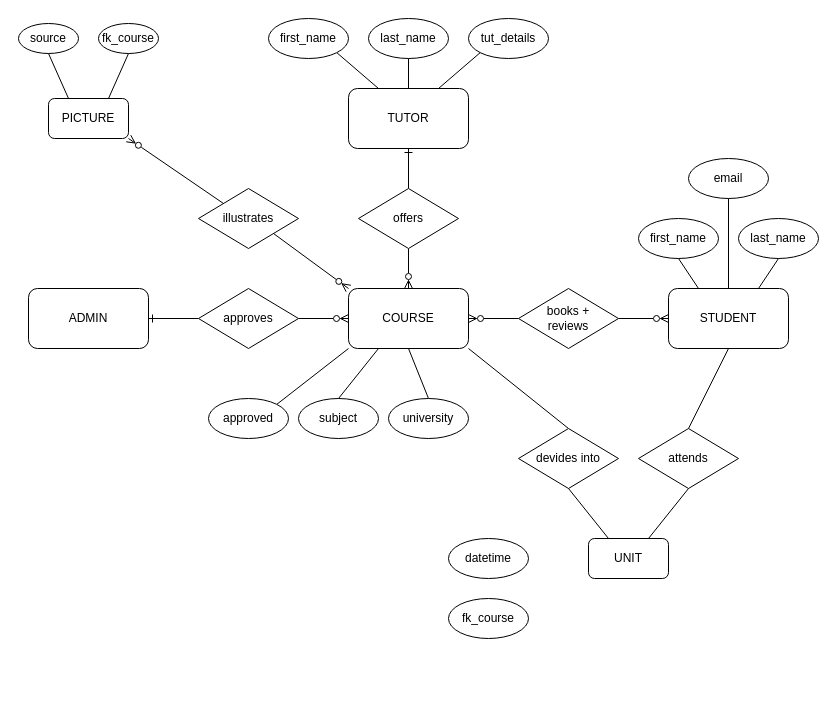
This is page "Page-2" (2 of 3) of DB/TS-DBdesign.drawio from iamwahida/Project5-G4, a draw.io file, before an edit. Source tidied: cells renumbered, new cells numbered last; positions are measured from the earlier drawing's top-left corner, leaving out a move shared by most shapes. Both pictures are drawn from the tidied source at 100%, with x=0, y=0 at pixel (18, 18).
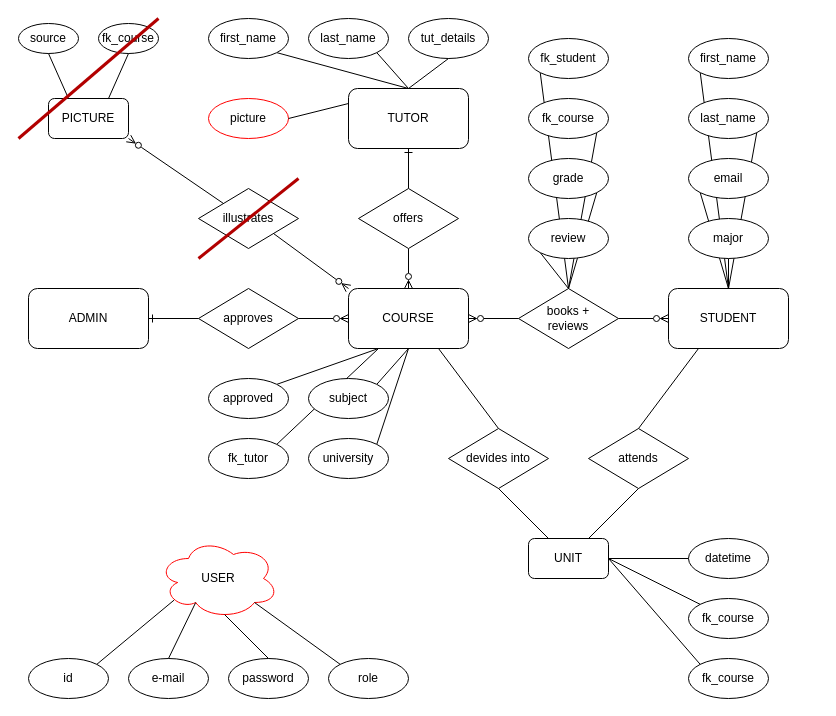
The same diagram, later.

The change refers to these unchanged cells:
```xml
<mxCell id="8" value="COURSE" style="rounded=1;whiteSpace=wrap;html=1;" parent="1" vertex="1">
  <mxGeometry x="330" y="270" width="120" height="60" as="geometry" />
</mxCell>
<mxCell id="12" value="books + &lt;br&gt;reviews" style="rhombus;whiteSpace=wrap;html=1;" parent="1" vertex="1">
  <mxGeometry x="500" y="270" width="100" height="60" as="geometry" />
</mxCell>
<mxCell id="13" value="STUDENT" style="rounded=1;whiteSpace=wrap;html=1;" parent="1" vertex="1">
  <mxGeometry x="650" y="270" width="120" height="60" as="geometry" />
</mxCell>
```

Diff of the diagram source:
```diff
@@
-    <mxCell id="2" style="edgeStyle=none;html=1;entryX=1;entryY=1;entryDx=0;entryDy=0;endArrow=none;endFill=0;exitX=0.25;exitY=0;exitDx=0;exitDy=0;" parent="1" edge="1" source="4" target="5">
+    <mxCell id="2" style="edgeStyle=none;html=1;entryX=1;entryY=1;entryDx=0;entryDy=0;endArrow=none;endFill=0;exitX=0.5;exitY=0;exitDx=0;exitDy=0;" parent="1" edge="1" source="4" target="5">
       <mxGeometry relative="1" as="geometry" />
     </mxCell>
@@
-    <mxCell id="4" value="TUTOR" style="rounded=1;whiteSpace=wrap;html=1;" parent="1" vertex="1">
-      <mxGeometry x="330" y="70" width="120" height="60" as="geometry" />
-    </mxCell>
     <mxCell id="5" value="first_name" style="ellipse;whiteSpace=wrap;html=1;" parent="1" vertex="1">
-      <mxGeometry x="250" width="80" height="40" as="geometry" />
+      <mxGeometry x="190" width="80" height="40" as="geometry" />
     </mxCell>
@@
     <mxCell id="14" value="last_name" style="ellipse;whiteSpace=wrap;html=1;" parent="1" vertex="1">
-      <mxGeometry x="350" width="80" height="40" as="geometry" />
+      <mxGeometry x="290" width="80" height="40" as="geometry" />
     </mxCell>
     <mxCell id="15" value="tut_details" style="ellipse;whiteSpace=wrap;html=1;" parent="1" vertex="1">
-      <mxGeometry x="450" width="80" height="40" as="geometry" />
+      <mxGeometry x="390" width="80" height="40" as="geometry" />
     </mxCell>
-    <mxCell id="16" style="edgeStyle=none;html=1;entryX=0.5;entryY=1;entryDx=0;entryDy=0;endArrow=none;endFill=0;exitX=0.5;exitY=0;exitDx=0;exitDy=0;" parent="1" edge="1" source="4" target="14">
+    <mxCell id="16" style="edgeStyle=none;html=1;entryX=1;entryY=1;entryDx=0;entryDy=0;endArrow=none;endFill=0;exitX=0.5;exitY=0;exitDx=0;exitDy=0;" parent="1" edge="1" source="4" target="14">
       <mxGeometry relative="1" as="geometry" />
     </mxCell>
-    <mxCell id="17" style="edgeStyle=none;html=1;entryX=0;entryY=1;entryDx=0;entryDy=0;endArrow=none;endFill=0;exitX=0.75;exitY=0;exitDx=0;exitDy=0;" parent="1" edge="1" source="4" target="15">
-      <mxGeometry relative="1" as="geometry" />
+    <mxCell id="17" style="edgeStyle=none;html=1;entryX=0.5;entryY=1;entryDx=0;entryDy=0;endArrow=none;endFill=0;" parent="1" edge="1" target="15">
+      <mxGeometry relative="1" as="geometry">
+        <mxPoint x="390" y="70" as="sourcePoint" />
+      </mxGeometry>
     </mxCell>
@@
-    <mxCell id="21" value="first_name" style="ellipse;whiteSpace=wrap;html=1;" parent="1" vertex="1">
-      <mxGeometry x="620" y="200" width="80" height="40" as="geometry" />
-    </mxCell>
-    <mxCell id="22" value="last_name" style="ellipse;whiteSpace=wrap;html=1;" parent="1" vertex="1">
-      <mxGeometry x="720" y="200" width="80" height="40" as="geometry" />
-    </mxCell>
-    <mxCell id="23" style="edgeStyle=none;html=1;exitX=0.5;exitY=1;exitDx=0;exitDy=0;entryX=0.25;entryY=0;entryDx=0;entryDy=0;endArrow=none;endFill=0;" parent="1" edge="1" source="21" target="13">
-      <mxGeometry relative="1" as="geometry" />
+    <mxCell id="23" style="edgeStyle=none;html=1;exitX=0;exitY=1;exitDx=0;exitDy=0;endArrow=none;endFill=0;" parent="1" edge="1" source="21">
+      <mxGeometry relative="1" as="geometry">
+        <mxPoint x="710" y="270" as="targetPoint" />
+      </mxGeometry>
     </mxCell>
-    <mxCell id="24" style="edgeStyle=none;html=1;exitX=0.5;exitY=1;exitDx=0;exitDy=0;entryX=0.75;entryY=0;entryDx=0;entryDy=0;endArrow=none;endFill=0;" parent="1" edge="1" source="22" target="13">
-      <mxGeometry relative="1" as="geometry" />
-    </mxCell>
-    <mxCell id="25" value="email" style="ellipse;whiteSpace=wrap;html=1;" parent="1" vertex="1">
-      <mxGeometry x="670" y="140" width="80" height="40" as="geometry" />
-    </mxCell>
-    <mxCell id="26" style="edgeStyle=none;html=1;exitX=0.5;exitY=1;exitDx=0;exitDy=0;entryX=0.5;entryY=0;entryDx=0;entryDy=0;endArrow=none;endFill=0;" parent="1" edge="1" source="25" target="13">
+    <mxCell id="26" style="edgeStyle=none;html=1;exitX=0;exitY=1;exitDx=0;exitDy=0;entryX=0.5;entryY=0;entryDx=0;entryDy=0;endArrow=none;endFill=0;" parent="1" edge="1" source="25" target="13">
       <mxGeometry relative="1" as="geometry" />
     </mxCell>
-    <mxCell id="27" style="edgeStyle=none;html=1;endArrow=none;endFill=0;exitX=0.5;exitY=1;exitDx=0;exitDy=0;entryX=0.5;entryY=0;entryDx=0;entryDy=0;" parent="1" edge="1" source="8" target="28">
+    <mxCell id="27" style="edgeStyle=none;html=1;endArrow=none;endFill=0;exitX=0.5;exitY=1;exitDx=0;exitDy=0;entryX=1;entryY=0;entryDx=0;entryDy=0;" parent="1" edge="1" source="8" target="28">
       <mxGeometry relative="1" as="geometry" />
     </mxCell>
-    <mxCell id="28" value="university" style="ellipse;whiteSpace=wrap;html=1;" parent="1" vertex="1">
-      <mxGeometry x="370" y="380" width="80" height="40" as="geometry" />
-    </mxCell>
-    <mxCell id="29" value="subject" style="ellipse;whiteSpace=wrap;html=1;" parent="1" vertex="1">
-      <mxGeometry x="280" y="380" width="80" height="40" as="geometry" />
-    </mxCell>
-    <mxCell id="30" style="edgeStyle=none;html=1;endArrow=none;endFill=0;exitX=1;exitY=0;exitDx=0;exitDy=0;entryX=0;entryY=1;entryDx=0;entryDy=0;startArrow=none;" parent="1" edge="1" source="36" target="8">
-      <mxGeometry relative="1" as="geometry" />
-    </mxCell>
@@
     <mxCell id="33" value="UNIT" style="rounded=1;whiteSpace=wrap;html=1;" parent="1" vertex="1">
-      <mxGeometry x="570" y="520" width="80" height="40" as="geometry" />
+      <mxGeometry x="510" y="520" width="80" height="40" as="geometry" />
     </mxCell>
-    <mxCell id="34" style="edgeStyle=none;html=1;entryX=1;entryY=1;entryDx=0;entryDy=0;endArrow=none;endFill=0;exitX=0.5;exitY=0;exitDx=0;exitDy=0;" parent="1" edge="1" source="38" target="8">
+    <mxCell id="34" style="edgeStyle=none;html=1;entryX=0.75;entryY=1;entryDx=0;entryDy=0;endArrow=none;endFill=0;exitX=0.5;exitY=0;exitDx=0;exitDy=0;" parent="1" edge="1" source="38" target="8">
       <mxGeometry relative="1" as="geometry" />
     </mxCell>
-    <mxCell id="35" style="edgeStyle=none;html=1;endArrow=none;endFill=0;exitX=0.5;exitY=0;exitDx=0;exitDy=0;entryX=0.25;entryY=1;entryDx=0;entryDy=0;" parent="1" edge="1" source="29" target="8">
-      <mxGeometry relative="1" as="geometry" />
+    <mxCell id="35" style="edgeStyle=none;html=1;endArrow=none;endFill=0;exitX=1;exitY=0;exitDx=0;exitDy=0;startArrow=none;" parent="1" edge="1" source="36">
+      <mxGeometry relative="1" as="geometry">
+        <mxPoint x="360" y="330" as="targetPoint" />
+      </mxGeometry>
     </mxCell>
-    <mxCell id="36" value="approved" style="ellipse;whiteSpace=wrap;html=1;" parent="1" vertex="1">
-      <mxGeometry x="190" y="380" width="80" height="40" as="geometry" />
-    </mxCell>
@@
     <mxCell id="38" value="devides into" style="rhombus;whiteSpace=wrap;html=1;" parent="1" vertex="1">
-      <mxGeometry x="500" y="410" width="100" height="60" as="geometry" />
+      <mxGeometry x="430" y="410" width="100" height="60" as="geometry" />
     </mxCell>
@@
     <mxCell id="40" value="attends" style="rhombus;whiteSpace=wrap;html=1;" parent="1" vertex="1">
-      <mxGeometry x="620" y="410" width="100" height="60" as="geometry" />
+      <mxGeometry x="570" y="410" width="100" height="60" as="geometry" />
     </mxCell>
-    <mxCell id="41" style="edgeStyle=none;html=1;entryX=0.5;entryY=1;entryDx=0;entryDy=0;endArrow=none;endFill=0;exitX=0.5;exitY=0;exitDx=0;exitDy=0;" parent="1" edge="1" source="40" target="13">
+    <mxCell id="41" style="edgeStyle=none;html=1;entryX=0.25;entryY=1;entryDx=0;entryDy=0;endArrow=none;endFill=0;exitX=0.5;exitY=0;exitDx=0;exitDy=0;" parent="1" edge="1" source="40" target="13">
       <mxGeometry relative="1" as="geometry" />
     </mxCell>
@@
     <mxCell id="48" value="datetime" style="ellipse;whiteSpace=wrap;html=1;" parent="1" vertex="1">
-      <mxGeometry x="430" y="520" width="80" height="40" as="geometry" />
+      <mxGeometry x="670" y="520" width="80" height="40" as="geometry" />
     </mxCell>
     <mxCell id="49" value="fk_course" style="ellipse;whiteSpace=wrap;html=1;" parent="1" vertex="1">
-      <mxGeometry x="430" y="580" width="80" height="40" as="geometry" />
+      <mxGeometry x="670" y="580" width="80" height="40" as="geometry" />
     </mxCell>
+    <mxCell id="50" style="endArrow=none;html=1;fillColor=#e51400;strokeColor=#B20000;strokeWidth=3;" parent="1" edge="1">
+      <mxGeometry relative="1" as="geometry">
+        <mxPoint x="280" y="160" as="sourcePoint" />
+        <mxPoint x="180" y="240" as="targetPoint" />
+      </mxGeometry>
+    </mxCell>
+    <mxCell id="51" style="endArrow=none;html=1;fillColor=#e51400;strokeColor=#B20000;strokeWidth=3;" parent="1" edge="1">
+      <mxGeometry relative="1" as="geometry">
+        <mxPoint x="140" as="sourcePoint" />
+        <mxPoint y="120" as="targetPoint" />
+      </mxGeometry>
+    </mxCell>
+    <mxCell id="52" value="picture" style="ellipse;whiteSpace=wrap;html=1;fillColor=default;strokeColor=#FF0000;" parent="1" vertex="1">
+      <mxGeometry x="190" y="80" width="80" height="40" as="geometry" />
+    </mxCell>
+    <mxCell id="53" style="edgeStyle=none;html=1;entryX=1;entryY=0.5;entryDx=0;entryDy=0;endArrow=none;endFill=0;exitX=0.5;exitY=0;exitDx=0;exitDy=0;" parent="1" edge="1" source="4" target="52">
+      <mxGeometry relative="1" as="geometry" />
+    </mxCell>
+    <mxCell id="21" value="first_name" style="ellipse;whiteSpace=wrap;html=1;" parent="1" vertex="1">
+      <mxGeometry x="670" y="20" width="80" height="40" as="geometry" />
+    </mxCell>
+    <mxCell id="54" style="edgeStyle=none;html=1;exitX=0.5;exitY=1;exitDx=0;exitDy=0;entryX=0.5;entryY=0;entryDx=0;entryDy=0;endArrow=none;endFill=0;" parent="1" edge="1" source="66" target="13">
+      <mxGeometry relative="1" as="geometry" />
+    </mxCell>
+    <mxCell id="22" value="last_name" style="ellipse;whiteSpace=wrap;html=1;" parent="1" vertex="1">
+      <mxGeometry x="670" y="80" width="80" height="40" as="geometry" />
+    </mxCell>
+    <mxCell id="55" style="edgeStyle=none;html=1;endArrow=none;endFill=0;exitX=1;exitY=1;exitDx=0;exitDy=0;startArrow=none;entryX=0.5;entryY=0;entryDx=0;entryDy=0;" parent="1" edge="1" source="62" target="12">
+      <mxGeometry relative="1" as="geometry" />
+    </mxCell>
+    <mxCell id="56" style="edgeStyle=none;html=1;endArrow=none;endFill=0;entryX=0.5;entryY=0;entryDx=0;entryDy=0;exitX=0;exitY=1;exitDx=0;exitDy=0;" parent="1" edge="1" source="63" target="12">
+      <mxGeometry relative="1" as="geometry" />
+    </mxCell>
+    <mxCell id="57" value="fk_tutor" style="ellipse;whiteSpace=wrap;html=1;" parent="1" vertex="1">
+      <mxGeometry x="190" y="420" width="80" height="40" as="geometry" />
+    </mxCell>
+    <mxCell id="58" style="edgeStyle=none;html=1;endArrow=none;endFill=0;exitX=1;exitY=0;exitDx=0;exitDy=0;" parent="1" edge="1" source="57">
+      <mxGeometry relative="1" as="geometry">
+        <mxPoint x="360" y="330" as="targetPoint" />
+      </mxGeometry>
+    </mxCell>
+    <mxCell id="28" value="university" style="ellipse;whiteSpace=wrap;html=1;" parent="1" vertex="1">
+      <mxGeometry x="290" y="420" width="80" height="40" as="geometry" />
+    </mxCell>
+    <mxCell id="59" style="edgeStyle=none;html=1;endArrow=none;endFill=0;exitX=1;exitY=0;exitDx=0;exitDy=0;entryX=0.5;entryY=1;entryDx=0;entryDy=0;" parent="1" edge="1" source="29" target="8">
+      <mxGeometry relative="1" as="geometry" />
+    </mxCell>
+    <mxCell id="36" value="approved" style="ellipse;whiteSpace=wrap;html=1;" parent="1" vertex="1">
+      <mxGeometry x="190" y="360" width="80" height="40" as="geometry" />
+    </mxCell>
+    <mxCell id="60" style="edgeStyle=none;html=1;endArrow=none;endFill=0;entryX=0.5;entryY=0;entryDx=0;entryDy=0;exitX=0;exitY=1;exitDx=0;exitDy=0;" parent="1" edge="1" source="65" target="12">
+      <mxGeometry relative="1" as="geometry" />
+    </mxCell>
+    <mxCell id="61" style="edgeStyle=none;html=1;endArrow=none;endFill=0;exitX=1;exitY=1;exitDx=0;exitDy=0;" parent="1" edge="1" source="64">
+      <mxGeometry relative="1" as="geometry">
+        <mxPoint x="550" y="270" as="targetPoint" />
+      </mxGeometry>
+    </mxCell>
+    <mxCell id="62" value="grade" style="ellipse;whiteSpace=wrap;html=1;" parent="1" vertex="1">
+      <mxGeometry x="510" y="140" width="80" height="40" as="geometry" />
+    </mxCell>
+    <mxCell id="63" value="review" style="ellipse;whiteSpace=wrap;html=1;" parent="1" vertex="1">
+      <mxGeometry x="510" y="200" width="80" height="40" as="geometry" />
+    </mxCell>
+    <mxCell id="64" value="fk_course" style="ellipse;whiteSpace=wrap;html=1;" parent="1" vertex="1">
+      <mxGeometry x="510" y="80" width="80" height="40" as="geometry" />
+    </mxCell>
+    <mxCell id="65" value="fk_student" style="ellipse;whiteSpace=wrap;html=1;" parent="1" vertex="1">
+      <mxGeometry x="510" y="20" width="80" height="40" as="geometry" />
+    </mxCell>
+    <mxCell id="24" style="edgeStyle=none;html=1;exitX=1;exitY=1;exitDx=0;exitDy=0;entryX=0.5;entryY=0;entryDx=0;entryDy=0;endArrow=none;endFill=0;" parent="1" edge="1" source="22" target="13">
+      <mxGeometry relative="1" as="geometry" />
+    </mxCell>
+    <mxCell id="66" value="major" style="ellipse;whiteSpace=wrap;html=1;" parent="1" vertex="1">
+      <mxGeometry x="670" y="200" width="80" height="40" as="geometry" />
+    </mxCell>
+    <mxCell id="25" value="email" style="ellipse;whiteSpace=wrap;html=1;" parent="1" vertex="1">
+      <mxGeometry x="670" y="140" width="80" height="40" as="geometry" />
+    </mxCell>
+    <mxCell id="29" value="subject" style="ellipse;whiteSpace=wrap;html=1;" parent="1" vertex="1">
+      <mxGeometry x="290" y="360" width="80" height="40" as="geometry" />
+    </mxCell>
+    <mxCell id="4" value="TUTOR" style="rounded=1;whiteSpace=wrap;html=1;" parent="1" vertex="1">
+      <mxGeometry x="330" y="70" width="120" height="60" as="geometry" />
+    </mxCell>
+    <mxCell id="67" value="fk_course" style="ellipse;whiteSpace=wrap;html=1;" parent="1" vertex="1">
+      <mxGeometry x="670" y="640" width="80" height="40" as="geometry" />
+    </mxCell>
+    <mxCell id="68" style="edgeStyle=none;html=1;entryX=0;entryY=0.5;entryDx=0;entryDy=0;endArrow=none;endFill=0;exitX=1;exitY=0.5;exitDx=0;exitDy=0;" parent="1" edge="1" source="33" target="48">
+      <mxGeometry relative="1" as="geometry" />
+    </mxCell>
+    <mxCell id="69" style="edgeStyle=none;html=1;entryX=0;entryY=0;entryDx=0;entryDy=0;endArrow=none;endFill=0;exitX=1;exitY=0.5;exitDx=0;exitDy=0;" parent="1" edge="1" source="33" target="49">
+      <mxGeometry relative="1" as="geometry" />
+    </mxCell>
+    <mxCell id="70" style="edgeStyle=none;html=1;entryX=0;entryY=0;entryDx=0;entryDy=0;endArrow=none;endFill=0;exitX=1;exitY=0.5;exitDx=0;exitDy=0;" parent="1" edge="1" source="33" target="67">
+      <mxGeometry relative="1" as="geometry" />
+    </mxCell>
+    <mxCell id="71" value="USER" style="ellipse;shape=cloud;whiteSpace=wrap;html=1;strokeColor=#FF0000;fillColor=default;" parent="1" vertex="1">
+      <mxGeometry x="140" y="520" width="120" height="80" as="geometry" />
+    </mxCell>
+    <mxCell id="72" value="id" style="ellipse;whiteSpace=wrap;html=1;" parent="1" vertex="1">
+      <mxGeometry x="10" y="640" width="80" height="40" as="geometry" />
+    </mxCell>
+    <mxCell id="73" value="e-mail" style="ellipse;whiteSpace=wrap;html=1;" parent="1" vertex="1">
+      <mxGeometry x="110" y="640" width="80" height="40" as="geometry" />
+    </mxCell>
+    <mxCell id="74" value="password" style="ellipse;whiteSpace=wrap;html=1;" parent="1" vertex="1">
+      <mxGeometry x="210" y="640" width="80" height="40" as="geometry" />
+    </mxCell>
+    <mxCell id="75" value="role" style="ellipse;whiteSpace=wrap;html=1;" parent="1" vertex="1">
+      <mxGeometry x="310" y="640" width="80" height="40" as="geometry" />
+    </mxCell>
+    <mxCell id="76" style="edgeStyle=none;html=1;entryX=0.13;entryY=0.77;entryDx=0;entryDy=0;endArrow=none;endFill=0;exitX=1;exitY=0;exitDx=0;exitDy=0;entryPerimeter=0;" parent="1" edge="1" source="72" target="71">
+      <mxGeometry relative="1" as="geometry" />
+    </mxCell>
+    <mxCell id="77" style="edgeStyle=none;html=1;entryX=0.31;entryY=0.8;entryDx=0;entryDy=0;endArrow=none;endFill=0;exitX=0.5;exitY=0;exitDx=0;exitDy=0;entryPerimeter=0;" parent="1" edge="1" source="73" target="71">
+      <mxGeometry relative="1" as="geometry" />
+    </mxCell>
+    <mxCell id="78" style="edgeStyle=none;html=1;entryX=0.55;entryY=0.95;entryDx=0;entryDy=0;endArrow=none;endFill=0;exitX=0.5;exitY=0;exitDx=0;exitDy=0;entryPerimeter=0;" parent="1" edge="1" source="74" target="71">
+      <mxGeometry relative="1" as="geometry" />
+    </mxCell>
+    <mxCell id="79" style="edgeStyle=none;html=1;entryX=0.8;entryY=0.8;entryDx=0;entryDy=0;endArrow=none;endFill=0;exitX=0;exitY=0;exitDx=0;exitDy=0;entryPerimeter=0;" parent="1" edge="1" source="75" target="71">
+      <mxGeometry relative="1" as="geometry" />
+    </mxCell>
```
